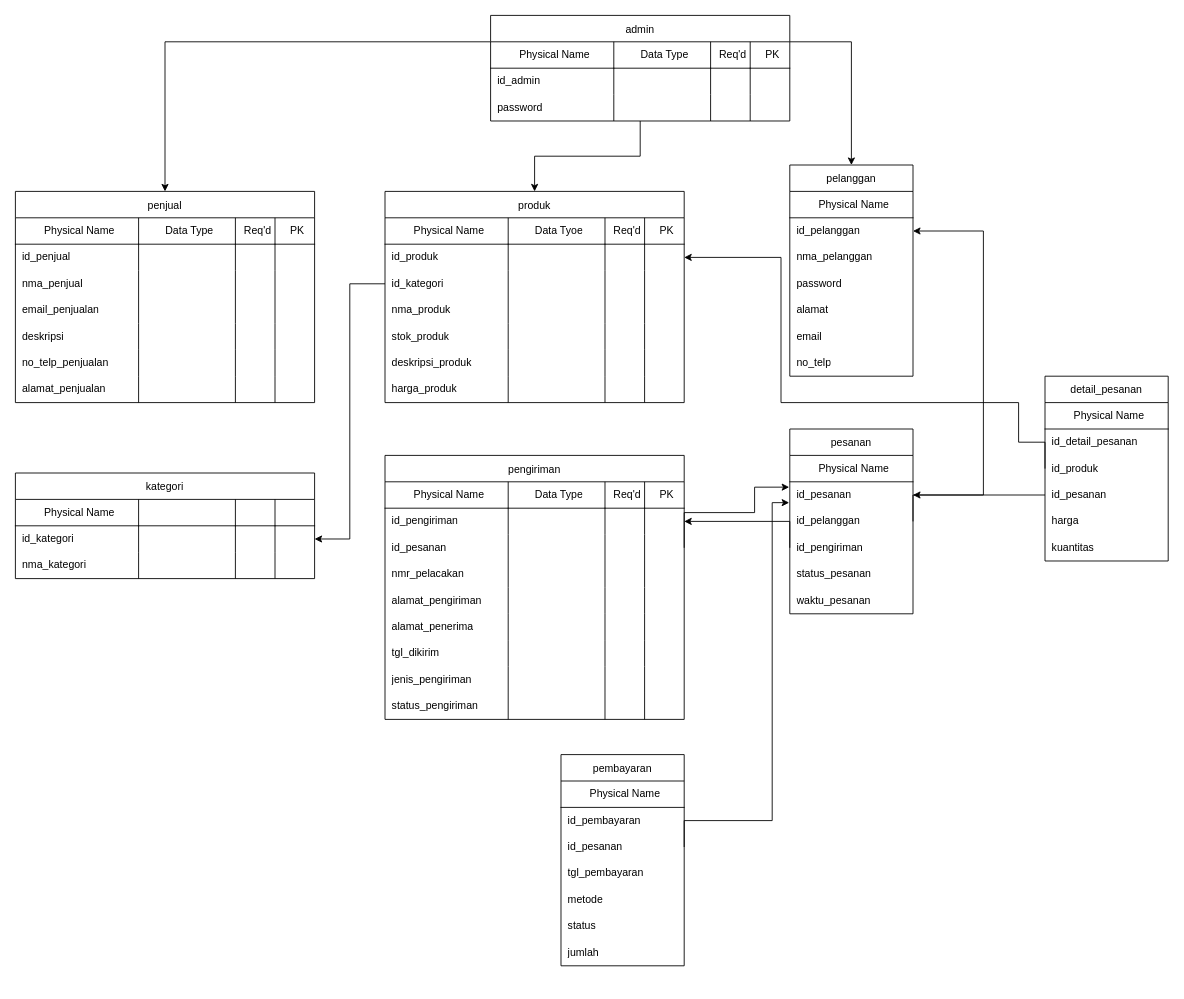
Above: e-commerce_pdm.drawio in vinnnna/sistem-basis-data (draw.io), before the change. Source tidied: cells renumbered, new cells numbered last; positions are measured from the earlier drawing's top-left corner, leaving out a move shared by most shapes. Both pictures are drawn from the tidied source at 88%, with x=0, y=0 at pixel (15, 15).
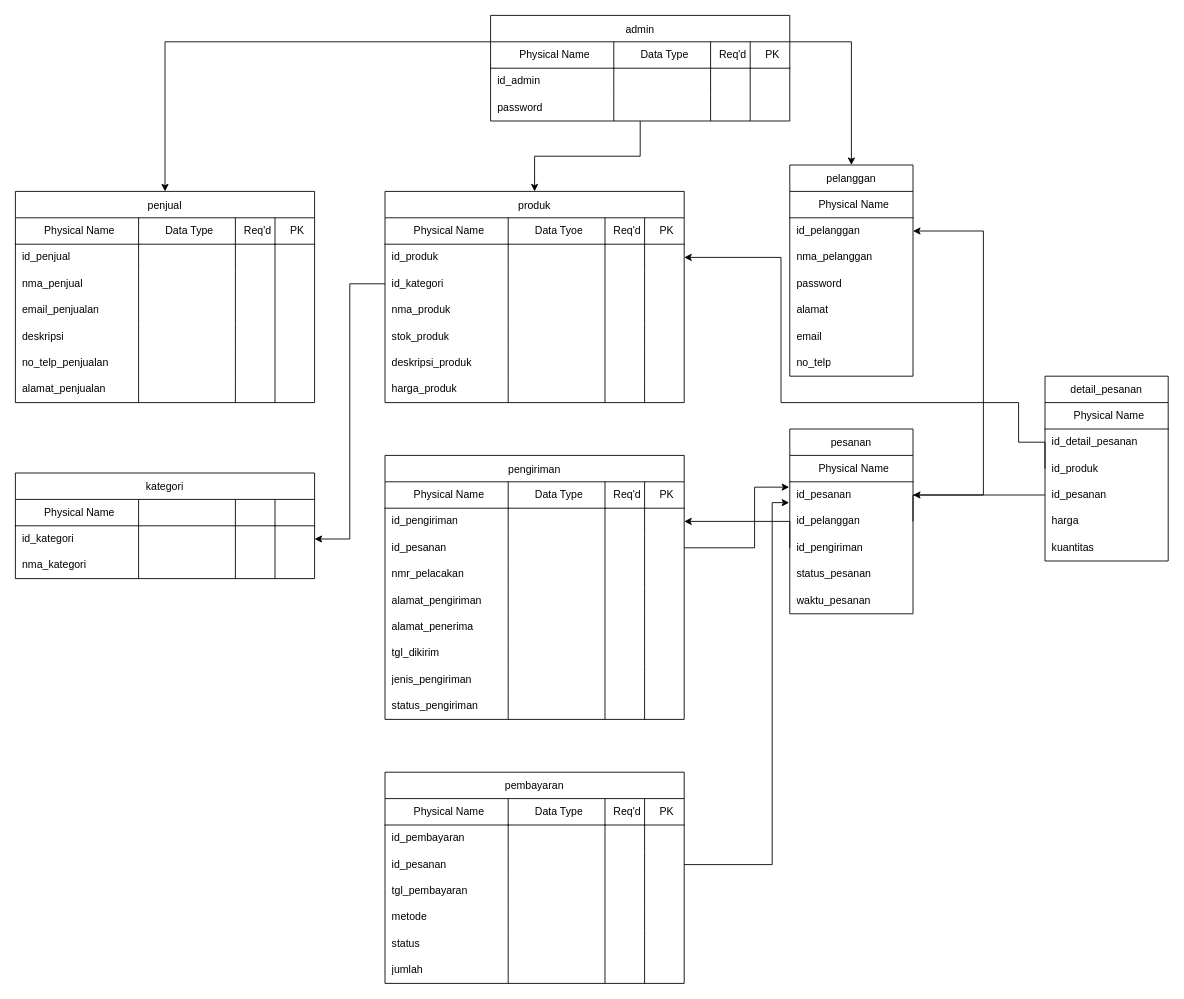
After the change.

The change refers to these unchanged cells:
```xml
<mxCell id="77" style="shape=tableRow;horizontal=0;startSize=0;swimlaneHead=0;swimlaneBody=0;top=0;left=0;bottom=0;right=0;fillColor=none;points=[[0,0.5],[1,0.5]];portConstraint=eastwest;strokeColor=inherit;fontSize=12;" parent="74" vertex="1">
  <mxGeometry y="60" width="140" height="30" as="geometry" />
</mxCell>
<mxCell id="160" style="shape=tableRow;horizontal=0;startSize=0;swimlaneHead=0;swimlaneBody=0;top=0;left=0;bottom=0;right=0;fillColor=none;points=[[0,0.5],[1,0.5]];portConstraint=eastwest;strokeColor=inherit;fontSize=12;" parent="149" vertex="1">
  <mxGeometry y="90" width="340" height="30" as="geometry" />
</mxCell>
```

Change to the diagram source:
```diff
@@
     <mxCell id="196" value="pembayaran" style="shape=table;startSize=30;childLayout=tableLayout;rowLines=0;fontStyle=0;strokeColor=default;fontSize=12;" parent="1" vertex="1">
-      <mxGeometry x="620" y="840" width="140" height="240" as="geometry" />
+      <mxGeometry x="420" y="860" width="340" height="240" as="geometry" />
     </mxCell>
     <mxCell id="197" style="shape=tableRow;horizontal=0;startSize=0;swimlaneHead=0;swimlaneBody=0;top=0;left=0;bottom=0;right=0;fillColor=none;strokeColor=inherit;fontSize=12;" parent="196" vertex="1">
-      <mxGeometry y="30" width="140" height="30" as="geometry" />
+      <mxGeometry y="30" width="340" height="30" as="geometry" />
     </mxCell>
@@
+    <mxCell id="218" value="Data Type" style="shape=partialRectangle;html=1;whiteSpace=wrap;fillColor=none;top=0;left=0;bottom=1;right=0;align=center;spacingLeft=6;overflow=hidden;strokeColor=inherit;fontSize=12;strokeWidth=1;" parent="197" vertex="1">
+      <mxGeometry x="140" width="110" height="30" as="geometry" />
+    </mxCell>
+    <mxCell id="219" value="Req'd" style="shape=partialRectangle;html=1;whiteSpace=wrap;fillColor=none;top=0;left=0;bottom=1;right=0;align=center;spacingLeft=6;overflow=hidden;strokeColor=inherit;fontSize=12;strokeWidth=1;" parent="197" vertex="1">
+      <mxGeometry x="250" width="45" height="30" as="geometry" />
+    </mxCell>
+    <mxCell id="220" value="PK" style="shape=partialRectangle;html=1;whiteSpace=wrap;fillColor=none;top=0;left=0;bottom=1;right=0;align=center;spacingLeft=6;overflow=hidden;strokeColor=inherit;fontSize=12;strokeWidth=1;" parent="197" vertex="1">
+      <mxGeometry x="295" width="45" height="30" as="geometry" />
+    </mxCell>
     <mxCell id="199" style="shape=tableRow;horizontal=0;startSize=0;swimlaneHead=0;swimlaneBody=0;top=0;left=0;bottom=0;right=0;fillColor=none;strokeColor=inherit;fontSize=12;" parent="196" vertex="1">
-      <mxGeometry y="60" width="140" height="30" as="geometry" />
+      <mxGeometry y="60" width="340" height="30" as="geometry" />
     </mxCell>
@@
+    <mxCell id="221" style="shape=partialRectangle;html=1;whiteSpace=wrap;fillColor=none;top=0;left=0;bottom=0;right=0;align=left;spacingLeft=6;overflow=hidden;strokeColor=inherit;fontSize=12;strokeWidth=1;" parent="199" vertex="1">
+      <mxGeometry x="140" width="110" height="30" as="geometry" />
+    </mxCell>
+    <mxCell id="222" style="shape=partialRectangle;html=1;whiteSpace=wrap;fillColor=none;top=0;left=0;bottom=0;right=0;align=left;spacingLeft=6;overflow=hidden;strokeColor=inherit;fontSize=12;strokeWidth=1;" parent="199" vertex="1">
+      <mxGeometry x="250" width="45" height="30" as="geometry" />
+    </mxCell>
+    <mxCell id="223" style="shape=partialRectangle;html=1;whiteSpace=wrap;fillColor=none;top=0;left=0;bottom=0;right=0;align=left;spacingLeft=6;overflow=hidden;strokeColor=inherit;fontSize=12;strokeWidth=1;" parent="199" vertex="1">
+      <mxGeometry x="295" width="45" height="30" as="geometry" />
+    </mxCell>
     <mxCell id="201" style="shape=tableRow;horizontal=0;startSize=0;swimlaneHead=0;swimlaneBody=0;top=0;left=0;bottom=0;right=0;fillColor=none;points=[[0,0.5],[1,0.5]];portConstraint=eastwest;strokeColor=inherit;fontSize=12;" parent="196" vertex="1">
-      <mxGeometry y="90" width="140" height="30" as="geometry" />
+      <mxGeometry y="90" width="340" height="30" as="geometry" />
     </mxCell>
@@
+    <mxCell id="224" style="shape=partialRectangle;html=1;whiteSpace=wrap;fillColor=none;top=0;left=0;bottom=0;right=0;align=left;spacingLeft=6;overflow=hidden;strokeColor=inherit;fontSize=12;" parent="201" vertex="1">
+      <mxGeometry x="140" width="110" height="30" as="geometry" />
+    </mxCell>
+    <mxCell id="225" style="shape=partialRectangle;html=1;whiteSpace=wrap;fillColor=none;top=0;left=0;bottom=0;right=0;align=left;spacingLeft=6;overflow=hidden;strokeColor=inherit;fontSize=12;" parent="201" vertex="1">
+      <mxGeometry x="250" width="45" height="30" as="geometry" />
+    </mxCell>
+    <mxCell id="226" style="shape=partialRectangle;html=1;whiteSpace=wrap;fillColor=none;top=0;left=0;bottom=0;right=0;align=left;spacingLeft=6;overflow=hidden;strokeColor=inherit;fontSize=12;" parent="201" vertex="1">
+      <mxGeometry x="295" width="45" height="30" as="geometry" />
+    </mxCell>
     <mxCell id="203" style="shape=tableRow;horizontal=0;startSize=0;swimlaneHead=0;swimlaneBody=0;top=0;left=0;bottom=0;right=0;fillColor=none;strokeColor=inherit;fontSize=12;" parent="196" vertex="1">
-      <mxGeometry y="120" width="140" height="30" as="geometry" />
+      <mxGeometry y="120" width="340" height="30" as="geometry" />
     </mxCell>
@@
+    <mxCell id="227" style="shape=partialRectangle;html=1;whiteSpace=wrap;fillColor=none;top=0;left=0;bottom=0;right=0;align=left;spacingLeft=6;overflow=hidden;strokeColor=inherit;fontSize=12;" parent="203" vertex="1">
+      <mxGeometry x="140" width="110" height="30" as="geometry" />
+    </mxCell>
+    <mxCell id="228" style="shape=partialRectangle;html=1;whiteSpace=wrap;fillColor=none;top=0;left=0;bottom=0;right=0;align=left;spacingLeft=6;overflow=hidden;strokeColor=inherit;fontSize=12;" parent="203" vertex="1">
+      <mxGeometry x="250" width="45" height="30" as="geometry" />
+    </mxCell>
+    <mxCell id="229" style="shape=partialRectangle;html=1;whiteSpace=wrap;fillColor=none;top=0;left=0;bottom=0;right=0;align=left;spacingLeft=6;overflow=hidden;strokeColor=inherit;fontSize=12;" parent="203" vertex="1">
+      <mxGeometry x="295" width="45" height="30" as="geometry" />
+    </mxCell>
     <mxCell id="205" style="shape=tableRow;horizontal=0;startSize=0;swimlaneHead=0;swimlaneBody=0;top=0;left=0;bottom=0;right=0;fillColor=none;strokeColor=inherit;fontSize=12;" parent="196" vertex="1">
-      <mxGeometry y="150" width="140" height="30" as="geometry" />
+      <mxGeometry y="150" width="340" height="30" as="geometry" />
     </mxCell>
@@
+    <mxCell id="230" style="shape=partialRectangle;html=1;whiteSpace=wrap;fillColor=none;top=0;left=0;bottom=0;right=0;align=left;spacingLeft=6;overflow=hidden;strokeColor=inherit;fontSize=12;" parent="205" vertex="1">
+      <mxGeometry x="140" width="110" height="30" as="geometry" />
+    </mxCell>
+    <mxCell id="231" style="shape=partialRectangle;html=1;whiteSpace=wrap;fillColor=none;top=0;left=0;bottom=0;right=0;align=left;spacingLeft=6;overflow=hidden;strokeColor=inherit;fontSize=12;" parent="205" vertex="1">
+      <mxGeometry x="250" width="45" height="30" as="geometry" />
+    </mxCell>
+    <mxCell id="232" style="shape=partialRectangle;html=1;whiteSpace=wrap;fillColor=none;top=0;left=0;bottom=0;right=0;align=left;spacingLeft=6;overflow=hidden;strokeColor=inherit;fontSize=12;" parent="205" vertex="1">
+      <mxGeometry x="295" width="45" height="30" as="geometry" />
+    </mxCell>
     <mxCell id="207" style="shape=tableRow;horizontal=0;startSize=0;swimlaneHead=0;swimlaneBody=0;top=0;left=0;bottom=0;right=0;fillColor=none;strokeColor=inherit;fontSize=12;" parent="196" vertex="1">
-      <mxGeometry y="180" width="140" height="30" as="geometry" />
+      <mxGeometry y="180" width="340" height="30" as="geometry" />
     </mxCell>
@@
+    <mxCell id="233" style="shape=partialRectangle;html=1;whiteSpace=wrap;fillColor=none;top=0;left=0;bottom=0;right=0;align=left;spacingLeft=6;overflow=hidden;strokeColor=inherit;fontSize=12;" parent="207" vertex="1">
+      <mxGeometry x="140" width="110" height="30" as="geometry" />
+    </mxCell>
+    <mxCell id="234" style="shape=partialRectangle;html=1;whiteSpace=wrap;fillColor=none;top=0;left=0;bottom=0;right=0;align=left;spacingLeft=6;overflow=hidden;strokeColor=inherit;fontSize=12;" parent="207" vertex="1">
+      <mxGeometry x="250" width="45" height="30" as="geometry" />
+    </mxCell>
+    <mxCell id="235" style="shape=partialRectangle;html=1;whiteSpace=wrap;fillColor=none;top=0;left=0;bottom=0;right=0;align=left;spacingLeft=6;overflow=hidden;strokeColor=inherit;fontSize=12;" parent="207" vertex="1">
+      <mxGeometry x="295" width="45" height="30" as="geometry" />
+    </mxCell>
     <mxCell id="209" style="shape=tableRow;horizontal=0;startSize=0;swimlaneHead=0;swimlaneBody=0;top=0;left=0;bottom=0;right=0;fillColor=none;strokeColor=inherit;fontSize=12;" parent="196" vertex="1">
-      <mxGeometry y="210" width="140" height="30" as="geometry" />
+      <mxGeometry y="210" width="340" height="30" as="geometry" />
     </mxCell>
@@
+    <mxCell id="236" style="shape=partialRectangle;html=1;whiteSpace=wrap;fillColor=none;top=0;left=0;bottom=0;right=0;align=left;spacingLeft=6;overflow=hidden;strokeColor=inherit;fontSize=12;" parent="209" vertex="1">
+      <mxGeometry x="140" width="110" height="30" as="geometry" />
+    </mxCell>
+    <mxCell id="237" style="shape=partialRectangle;html=1;whiteSpace=wrap;fillColor=none;top=0;left=0;bottom=0;right=0;align=left;spacingLeft=6;overflow=hidden;strokeColor=inherit;fontSize=12;" parent="209" vertex="1">
+      <mxGeometry x="250" width="45" height="30" as="geometry" />
+    </mxCell>
+    <mxCell id="238" style="shape=partialRectangle;html=1;whiteSpace=wrap;fillColor=none;top=0;left=0;bottom=0;right=0;align=left;spacingLeft=6;overflow=hidden;strokeColor=inherit;fontSize=12;" parent="209" vertex="1">
+      <mxGeometry x="295" width="45" height="30" as="geometry" />
+    </mxCell>
@@
     <mxCell id="212" style="edgeStyle=orthogonalEdgeStyle;rounded=0;jettySize=auto;html=1;exitX=1;exitY=0.5;exitDx=0;exitDy=0;entryX=-0.005;entryY=0.202;entryDx=0;entryDy=0;entryPerimeter=0;" parent="1" edge="1" source="160" target="77">
       <mxGeometry relative="1" as="geometry">
         <Array as="points">
-          <mxPoint x="840" y="565" />
+          <mxPoint x="840" y="605" />
           <mxPoint x="840" y="536" />
         </Array>
       </mxGeometry>
     </mxCell>
     <mxCell id="213" style="edgeStyle=orthogonalEdgeStyle;rounded=0;jettySize=auto;html=1;exitX=1;exitY=0.5;exitDx=0;exitDy=0;entryX=-0.005;entryY=0.79;entryDx=0;entryDy=0;entryPerimeter=0;" parent="1" edge="1" source="201" target="77">
       <mxGeometry relative="1" as="geometry">
         <Array as="points">
-          <mxPoint x="760" y="915" />
-          <mxPoint x="860" y="915" />
+          <mxPoint x="860" y="965" />
           <mxPoint x="860" y="554" />
-          <mxPoint x="879" y="554" />
         </Array>
       </mxGeometry>
     </mxCell>
```
